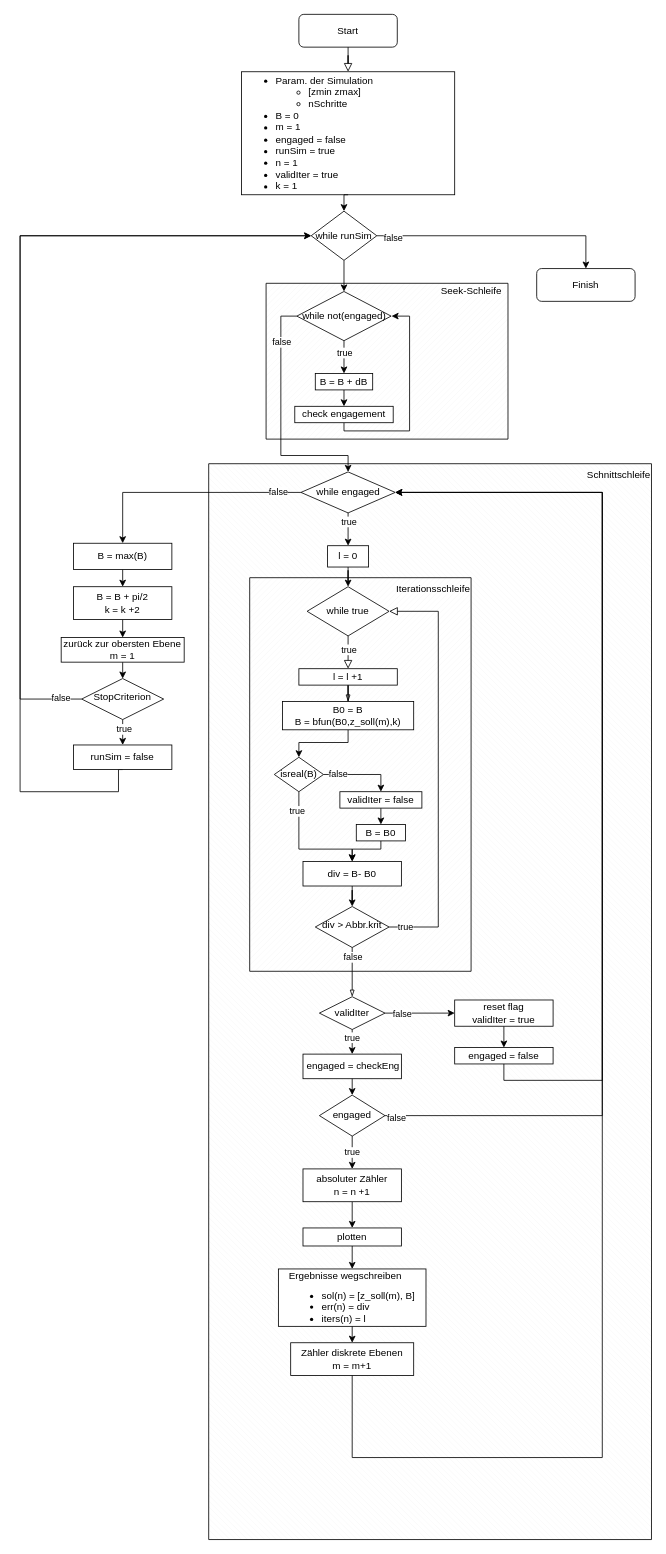
ChrisCalzolaio/ba keeps this draw.io diagram as methods/vf1/vf1-flowchart.drawio. Above is the earlier version. Source tidied: cells renumbered, new cells numbered last; positions are measured from the earlier drawing's top-left corner, leaving out a move shared by most shapes. Both pictures are drawn from the tidied source at 82%, with x=0, y=0 at pixel (20, 14).
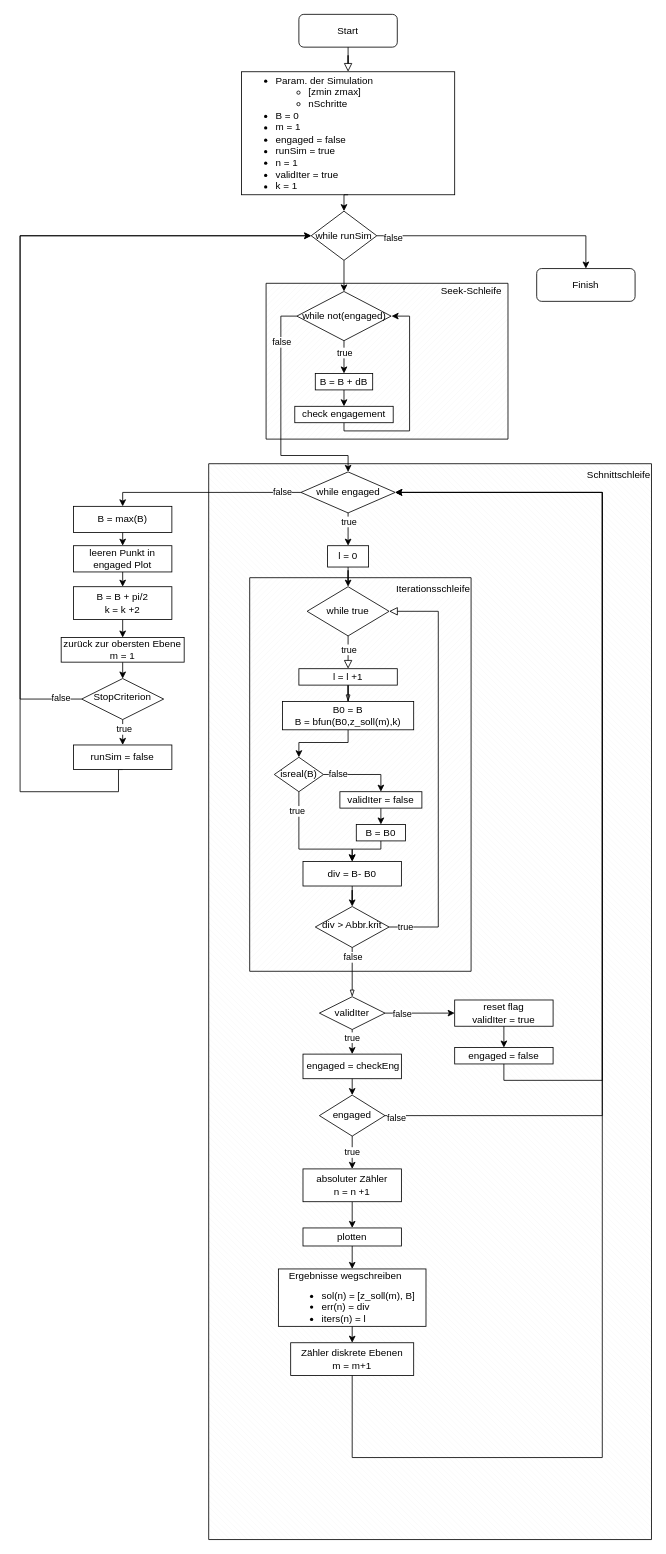
After the change.

Commit message (it also covers changes not shown here):
- enable panning in x direction in plot window - add empty point after cut is finished, so the cutting iterations aren't connected in the plot

The change refers to these unchanged cells:
```xml
<mxCell id="34" value="B = B + pi/2&lt;br&gt;k = k +2" style="rounded=0;whiteSpace=wrap;html=1;" parent="1" vertex="1">
  <mxGeometry x="65.1" y="698" width="120" height="40" as="geometry" />
</mxCell>
```

The edit, as a diff of the source:
```diff
@@
-    <mxCell id="55" style="edgeStyle=orthogonalEdgeStyle;rounded=0;jettySize=auto;html=1;exitX=0.5;exitY=1;exitDx=0;exitDy=0;entryX=0.5;entryY=0;entryDx=0;entryDy=0;" parent="1" edge="1" source="60" target="34">
+    <mxCell id="55" style="edgeStyle=orthogonalEdgeStyle;rounded=0;jettySize=auto;html=1;exitX=0.5;exitY=1;exitDx=0;exitDy=0;entryX=0.5;entryY=0;entryDx=0;entryDy=0;" parent="1" edge="1" source="89" target="34">
       <mxGeometry relative="1" as="geometry">
         <Array as="points">
           <mxPoint x="125" y="690" />
           <mxPoint x="125" y="690" />
         </Array>
       </mxGeometry>
     </mxCell>
@@
     <mxCell id="60" value="B = max(B)" style="rounded=0;whiteSpace=wrap;html=1;" parent="1" vertex="1">
-      <mxGeometry x="65.1" y="645" width="120" height="32" as="geometry" />
+      <mxGeometry x="65.1" y="600" width="120" height="32" as="geometry" />
     </mxCell>
@@
+    <mxCell id="89" value="leeren Punkt in engaged Plot" style="rounded=0;whiteSpace=wrap;html=1;" parent="1" vertex="1">
+      <mxGeometry x="65.1" y="648" width="120" height="32" as="geometry" />
+    </mxCell>
+    <mxCell id="90" style="edgeStyle=orthogonalEdgeStyle;rounded=0;jettySize=auto;html=1;exitX=0.5;exitY=1;exitDx=0;exitDy=0;entryX=0.5;entryY=0;entryDx=0;entryDy=0;" parent="1" edge="1" source="60" target="89">
+      <mxGeometry relative="1" as="geometry" />
+    </mxCell>
```
